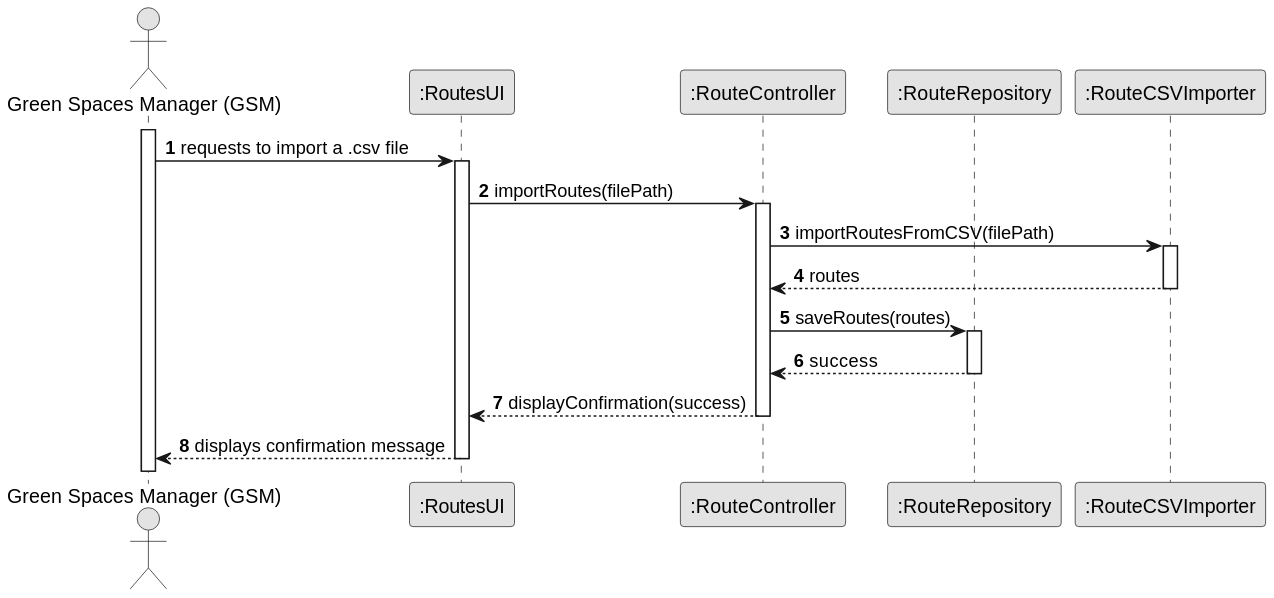
The PlantUML diagram docs/sprintB/us012/03.design/svg/us012-sequence-diagram-full.svg in ricardomm7/leaflink, before a commit. Its diagram source:
```plantuml
@startuml
skinparam monochrome true
skinparam packageStyle rectangle
skinparam shadowing false

autonumber

actor "Green Spaces Manager (GSM)" as GSM
participant ":RoutesUI" as UI
participant ":RouteController" as CTR
participant ":RouteRepository" as Repository
participant ":RouteCSVImporter" as Importer

activate GSM

GSM -> UI : requests to import a .csv file
activate UI

UI -> CTR : importRoutes(filePath)
activate CTR

CTR -> Importer : importRoutesFromCSV(filePath)
activate Importer


Importer --> CTR : routes
deactivate Importer

CTR -> Repository : saveRoutes(routes)
activate Repository

Repository --> CTR : success
deactivate Repository

CTR --> UI : displayConfirmation(success)
deactivate CTR

UI --> GSM : displays confirmation message
deactivate UI
@enduml
```
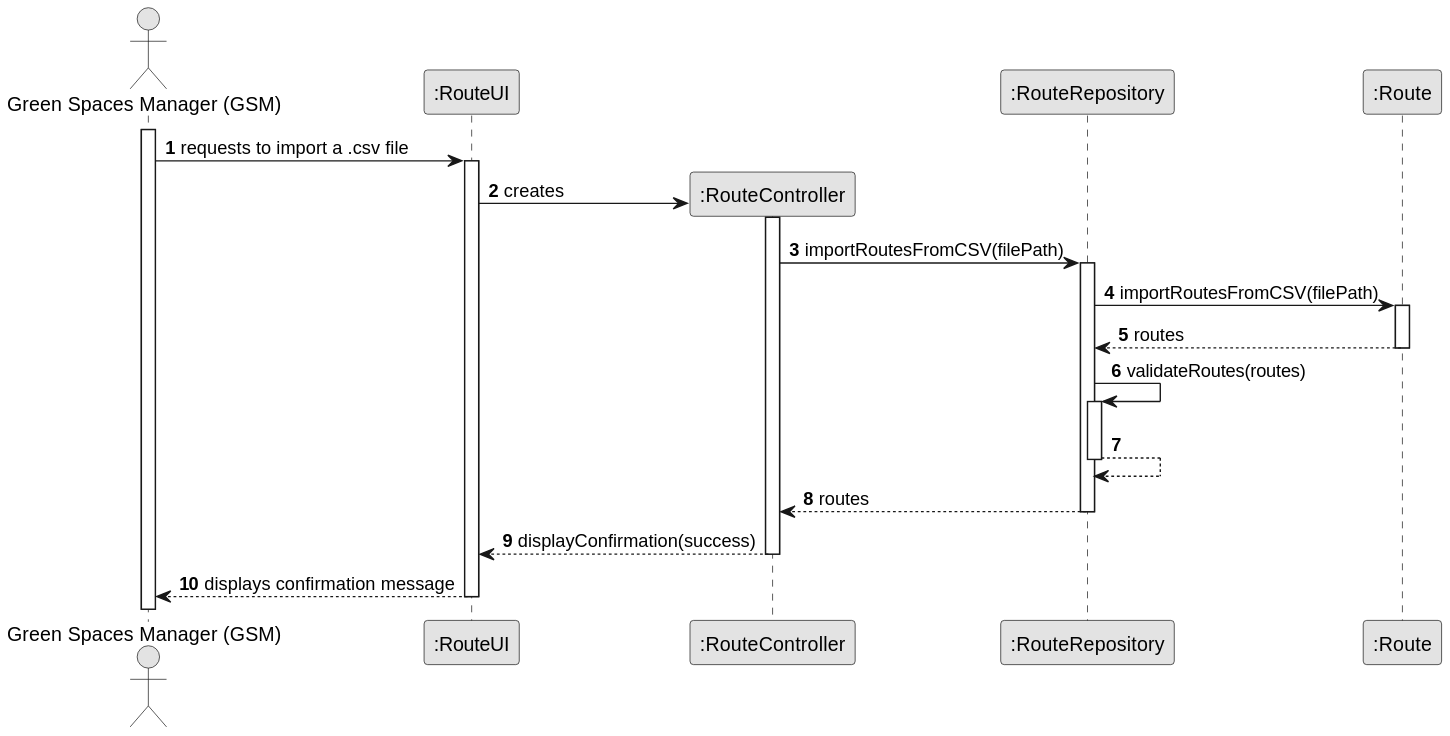
After the commit.

The edit, as a diff of the source:
```diff
@@ -6,30 +6,36 @@
 autonumber
 
 actor "Green Spaces Manager (GSM)" as GSM
-participant ":RoutesUI" as UI
+participant ":RouteUI" as UI
 participant ":RouteController" as CTR
 participant ":RouteRepository" as Repository
-participant ":RouteCSVImporter" as Importer
+participant ":Route" as Importer
 
 activate GSM
 
 GSM -> UI : requests to import a .csv file
 activate UI
 
-UI -> CTR : importRoutes(filePath)
+UI -> CTR ** : creates
 activate CTR
 
-CTR -> Importer : importRoutesFromCSV(filePath)
-activate Importer
+CTR -> Repository : importRoutesFromCSV(filePath)
+activate Repository
+
+    Repository -> Importer: importRoutesFromCSV(filePath)
+    activate Importer
+
+    Importer --> Repository: routes
+    deactivate Importer
 
 
-Importer --> CTR : routes
-deactivate Importer
-
-CTR -> Repository : saveRoutes(routes)
+Repository -> Repository: validateRoutes(routes)
 activate Repository
 
-Repository --> CTR : success
+    Repository --> Repository
+    deactivate Repository
+
+Repository --> CTR : routes
 deactivate Repository
 
 CTR --> UI : displayConfirmation(success)
```
